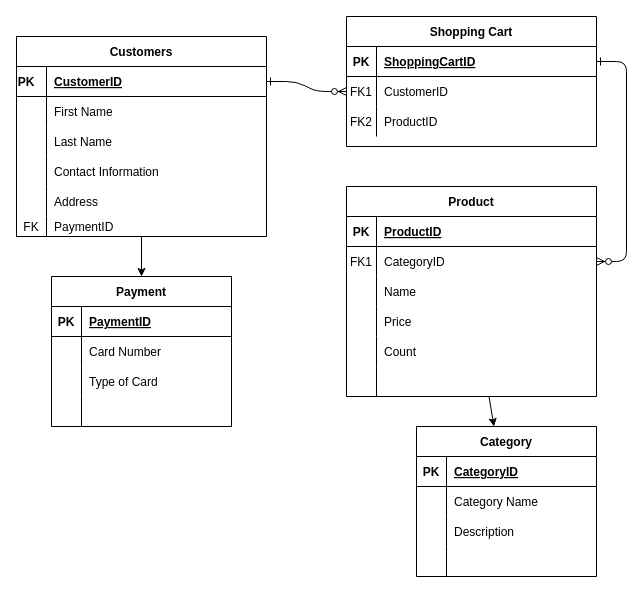
Earlier version of the draw.io diagram Untitled Diagram.drawio (NotNanetteKaye/EntityDiagram). Source tidied: cells renumbered, new cells numbered last; positions are measured from the earlier drawing's top-left corner, leaving out a move shared by most shapes. Both pictures are drawn from the tidied source at 100%, with x=0, y=0 at pixel (16, 16).
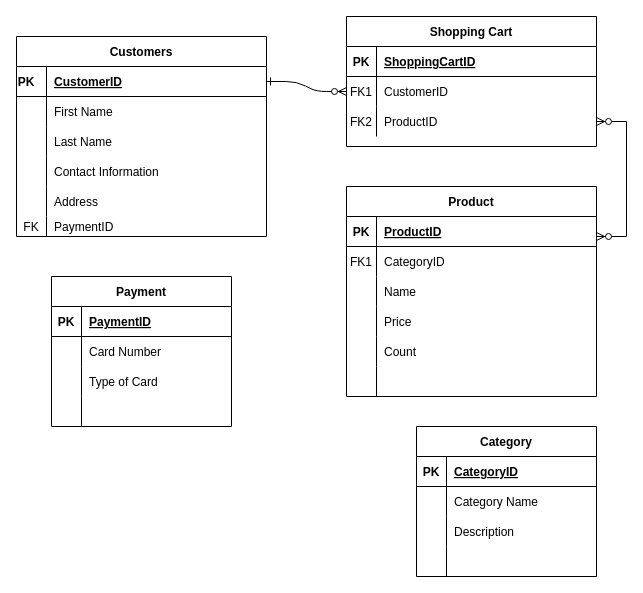
The same page after the edit.

Commit message:
fixed the arrows between Customer, Shopping Cart, and Product Tables

Unchanged cells that the change refers to:
```xml
<mxCell id="5" style="shape=partialRectangle;fillColor=none;points=[[0,0.5],[1,0.5]];portConstraint=eastwest;top=0;left=0;right=0;bottom=1;" parent="4" vertex="1">
  <mxGeometry y="30" width="250" height="30" as="geometry" />
</mxCell>
<mxCell id="8" style="shape=partialRectangle;fillColor=none;points=[[0,0.5],[1,0.5]];portConstraint=eastwest;top=0;left=0;right=0;bottom=0;" parent="4" vertex="1">
  <mxGeometry y="60" width="250" height="30" as="geometry" />
</mxCell>
<mxCell id="11" style="shape=partialRectangle;fillColor=none;points=[[0,0.5],[1,0.5]];portConstraint=eastwest;top=0;left=0;right=0;bottom=0;" parent="4" vertex="1">
  <mxGeometry y="90" width="250" height="30" as="geometry" />
</mxCell>
<mxCell id="15" value="Product" style="shape=table;startSize=30;childLayout=tableLayout;rowLines=0;fontStyle=1;align=center;" parent="1" vertex="1">
  <mxGeometry x="330" y="170" width="250" height="210" as="geometry" />
</mxCell>
<mxCell id="19" style="shape=partialRectangle;fillColor=none;points=[[0,0.5],[1,0.5]];portConstraint=eastwest;top=0;left=0;right=0;bottom=0;" parent="15" vertex="1">
  <mxGeometry y="60" width="250" height="30" as="geometry" />
</mxCell>
<mxCell id="35" value="Customers" style="shape=table;startSize=30;childLayout=tableLayout;rowLines=0;fontStyle=1;align=center;" parent="1" vertex="1">
  <mxGeometry y="20" width="250" height="200" as="geometry" />
</mxCell>
<mxCell id="36" style="shape=partialRectangle;fillColor=none;points=[[0,0.5],[1,0.5]];portConstraint=eastwest;top=0;left=0;right=0;bottom=1;" parent="35" vertex="1">
  <mxGeometry y="30" width="250" height="30" as="geometry" />
</mxCell>
<mxCell id="54" value="Category" style="shape=table;startSize=30;childLayout=tableLayout;rowLines=0;fontStyle=1;align=center;" parent="1" vertex="1">
  <mxGeometry x="400" y="410" width="180" height="150" as="geometry" />
</mxCell>
<mxCell id="69" value="Payment" style="shape=table;startSize=30;childLayout=tableLayout;rowLines=0;fontStyle=1;align=center;" parent="1" vertex="1">
  <mxGeometry x="35" y="260" width="180" height="150" as="geometry" />
</mxCell>
```

Change to the diagram source:
```diff
@@
-    <mxCell id="2" style="edgeStyle=entityRelationEdgeStyle;endArrow=ERzeroToMany;startArrow=ERone;endFill=1;startFill=0;" parent="1" edge="1" source="36" target="8">
+    <mxCell id="2" style="edgeStyle=entityRelationEdgeStyle;endArrow=ERzeroToMany;startArrow=ERone;endFill=1;startFill=0;entryX=0;entryY=0.5;entryDx=0;entryDy=0;" parent="1" edge="1" source="36" target="8">
       <mxGeometry relative="1" as="geometry" />
     </mxCell>
-    <mxCell id="3" style="edgeStyle=entityRelationEdgeStyle;endArrow=ERzeroToMany;startArrow=ERone;endFill=1;startFill=0;" parent="1" edge="1" source="5" target="19">
-      <mxGeometry relative="1" as="geometry" />
-    </mxCell>
@@
-    <mxCell id="14" style="edgeStyle=none;rounded=0;jettySize=auto;html=1;" parent="1" edge="1" source="15" target="54">
-      <mxGeometry relative="1" as="geometry" />
-    </mxCell>
@@
-    <mxCell id="34" style="edgeStyle=none;rounded=0;jettySize=auto;html=1;" parent="1" edge="1" source="35" target="69">
-      <mxGeometry relative="1" as="geometry" />
-    </mxCell>
@@
+    <mxCell id="82" style="edgeStyle=entityRelationEdgeStyle;fontSize=12;html=1;endArrow=ERzeroToMany;endFill=1;startArrow=ERzeroToMany;rounded=0;" parent="1" edge="1" target="11">
+      <mxGeometry relative="1" as="geometry">
+        <mxPoint x="580" y="220" as="sourcePoint" />
+      </mxGeometry>
+    </mxCell>
```
